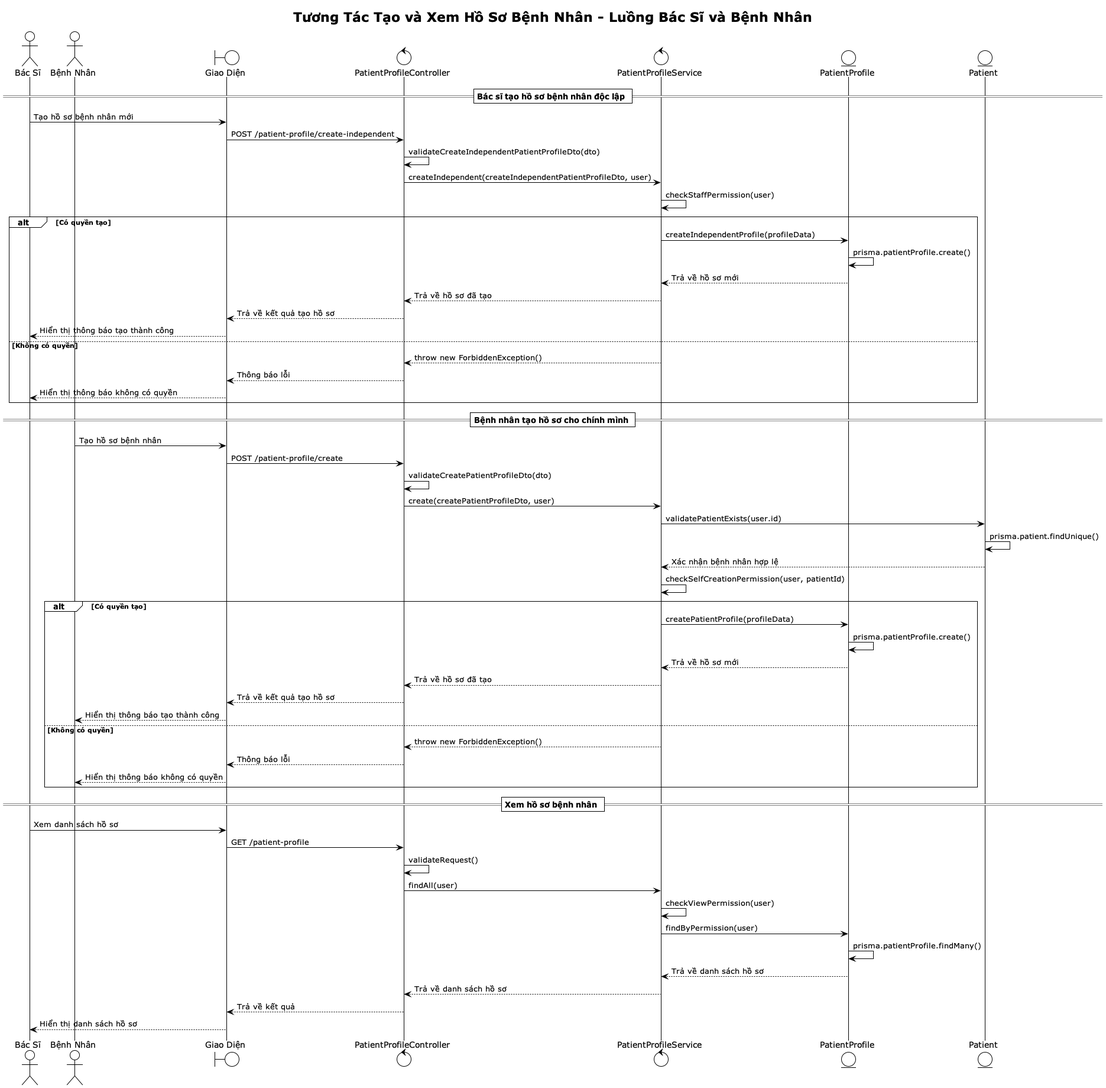
The PlantUML diagram out/docs/patient-profile-sequence/Patient Profile Sequence Diagram.png in iamKhang/revita-be, before a commit. The source it was exported from:
```plantuml
@startuml Patient Profile Sequence Diagram
!theme plain
title Tương Tác Tạo và Xem Hồ Sơ Bệnh Nhân - Luồng Bác Sĩ và Bệnh Nhân

actor "Bác Sĩ" as D
actor "Bệnh Nhân" as P
boundary "Giao Diện" as F
control "PatientProfileController" as C
control "PatientProfileService" as PS
entity "PatientProfile" as PP
entity "Patient" as PAT

== Bác sĩ tạo hồ sơ bệnh nhân độc lập ==

D -> F: Tạo hồ sơ bệnh nhân mới
F -> C: POST /patient-profile/create-independent
C -> C: validateCreateIndependentPatientProfileDto(dto)
C -> PS: createIndependent(createIndependentPatientProfileDto, user)
PS -> PS: checkStaffPermission(user)

alt Có quyền tạo
  PS -> PP: createIndependentProfile(profileData)
  PP -> PP: prisma.patientProfile.create()
  PP --> PS: Trả về hồ sơ mới
  PS --> C: Trả về hồ sơ đã tạo
  C --> F: Trả về kết quả tạo hồ sơ
  F --> D: Hiển thị thông báo tạo thành công

else Không có quyền
  PS --> C: throw new ForbiddenException()
  C --> F: Thông báo lỗi
  F --> D: Hiển thị thông báo không có quyền
end

== Bệnh nhân tạo hồ sơ cho chính mình ==

P -> F: Tạo hồ sơ bệnh nhân
F -> C: POST /patient-profile/create
C -> C: validateCreatePatientProfileDto(dto)
C -> PS: create(createPatientProfileDto, user)
PS -> PAT: validatePatientExists(user.id)
PAT -> PAT: prisma.patient.findUnique()
PAT --> PS: Xác nhận bệnh nhân hợp lệ

PS -> PS: checkSelfCreationPermission(user, patientId)

alt Có quyền tạo
  PS -> PP: createPatientProfile(profileData)
  PP -> PP: prisma.patientProfile.create()
  PP --> PS: Trả về hồ sơ mới
  PS --> C: Trả về hồ sơ đã tạo
  C --> F: Trả về kết quả tạo hồ sơ
  F --> P: Hiển thị thông báo tạo thành công

else Không có quyền
  PS --> C: throw new ForbiddenException()
  C --> F: Thông báo lỗi
  F --> P: Hiển thị thông báo không có quyền
end

== Xem hồ sơ bệnh nhân ==

D -> F: Xem danh sách hồ sơ
F -> C: GET /patient-profile
C -> C: validateRequest()
C -> PS: findAll(user)
PS -> PS: checkViewPermission(user)
PS -> PP: findByPermission(user)
PP -> PP: prisma.patientProfile.findMany()
PP --> PS: Trả về danh sách hồ sơ
PS --> C: Trả về danh sách hồ sơ
C --> F: Trả về kết quả
F --> D: Hiển thị danh sách hồ sơ

@enduml
```
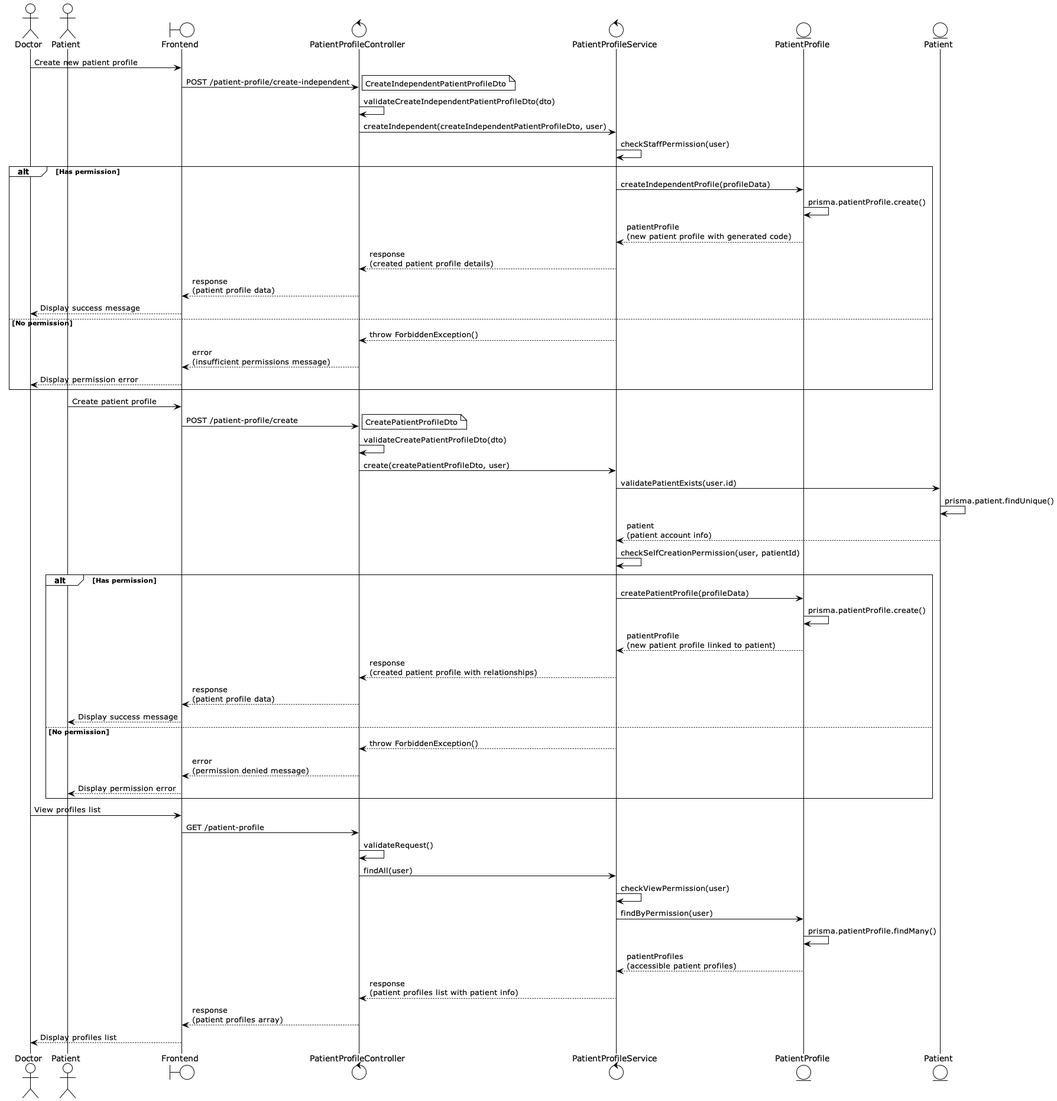
The same file after the commit.

The edit, as a diff of the source:
```diff
@@ -1,75 +1,70 @@
 @startuml Patient Profile Sequence Diagram
 !theme plain
-title Tương Tác Tạo và Xem Hồ Sơ Bệnh Nhân - Luồng Bác Sĩ và Bệnh Nhân
 
-actor "Bác Sĩ" as D
-actor "Bệnh Nhân" as P
-boundary "Giao Diện" as F
+actor "Doctor" as D
+actor "Patient" as P
+boundary "Frontend" as F
 control "PatientProfileController" as C
 control "PatientProfileService" as PS
 entity "PatientProfile" as PP
 entity "Patient" as PAT
 
-== Bác sĩ tạo hồ sơ bệnh nhân độc lập ==
-
-D -> F: Tạo hồ sơ bệnh nhân mới
+D -> F: Create new patient profile
 F -> C: POST /patient-profile/create-independent
+note right: CreateIndependentPatientProfileDto
 C -> C: validateCreateIndependentPatientProfileDto(dto)
 C -> PS: createIndependent(createIndependentPatientProfileDto, user)
 PS -> PS: checkStaffPermission(user)
 
-alt Có quyền tạo
+alt Has permission
   PS -> PP: createIndependentProfile(profileData)
   PP -> PP: prisma.patientProfile.create()
-  PP --> PS: Trả về hồ sơ mới
-  PS --> C: Trả về hồ sơ đã tạo
-  C --> F: Trả về kết quả tạo hồ sơ
-  F --> D: Hiển thị thông báo tạo thành công
+  PP --> PS: patientProfile\n(new patient profile with generated code)
+  PS --> C: response\n(created patient profile details)
+  C --> F: response\n(patient profile data)
+  F --> D: Display success message
 
-else Không có quyền
-  PS --> C: throw new ForbiddenException()
-  C --> F: Thông báo lỗi
-  F --> D: Hiển thị thông báo không có quyền
+else No permission
+  PS --> C: throw ForbiddenException()
+  C --> F: error\n(insufficient permissions message)
+  F --> D: Display permission error
 end
 
-== Bệnh nhân tạo hồ sơ cho chính mình ==
-
-P -> F: Tạo hồ sơ bệnh nhân
+P -> F: Create patient profile
 F -> C: POST /patient-profile/create
+note right: CreatePatientProfileDto
 C -> C: validateCreatePatientProfileDto(dto)
 C -> PS: create(createPatientProfileDto, user)
 PS -> PAT: validatePatientExists(user.id)
 PAT -> PAT: prisma.patient.findUnique()
-PAT --> PS: Xác nhận bệnh nhân hợp lệ
+PAT --> PS: patient\n(patient account info)
 
 PS -> PS: checkSelfCreationPermission(user, patientId)
 
-alt Có quyền tạo
+alt Has permission
   PS -> PP: createPatientProfile(profileData)
   PP -> PP: prisma.patientProfile.create()
-  PP --> PS: Trả về hồ sơ mới
-  PS --> C: Trả về hồ sơ đã tạo
-  C --> F: Trả về kết quả tạo hồ sơ
-  F --> P: Hiển thị thông báo tạo thành công
+  PP --> PS: patientProfile\n(new patient profile linked to patient)
+  PS --> C: response\n(created patient profile with relationships)
+  C --> F: response\n(patient profile data)
+  F --> P: Display success message
 
-else Không có quyền
-  PS --> C: throw new ForbiddenException()
-  C --> F: Thông báo lỗi
-  F --> P: Hiển thị thông báo không có quyền
+else No permission
+  PS --> C: throw ForbiddenException()
+  C --> F: error\n(permission denied message)
+  F --> P: Display permission error
 end
 
-== Xem hồ sơ bệnh nhân ==
-
-D -> F: Xem danh sách hồ sơ
+D -> F: View profiles list
 F -> C: GET /patient-profile
 C -> C: validateRequest()
 C -> PS: findAll(user)
 PS -> PS: checkViewPermission(user)
 PS -> PP: findByPermission(user)
 PP -> PP: prisma.patientProfile.findMany()
-PP --> PS: Trả về danh sách hồ sơ
-PS --> C: Trả về danh sách hồ sơ
-C --> F: Trả về kết quả
-F --> D: Hiển thị danh sách hồ sơ
+PP --> PS: patientProfiles\n(accessible patient profiles)
+PS --> C: response\n(patient profiles list with patient info)
+C --> F: response\n(patient profiles array)
+F --> D: Display profiles list
 
 @enduml
```
